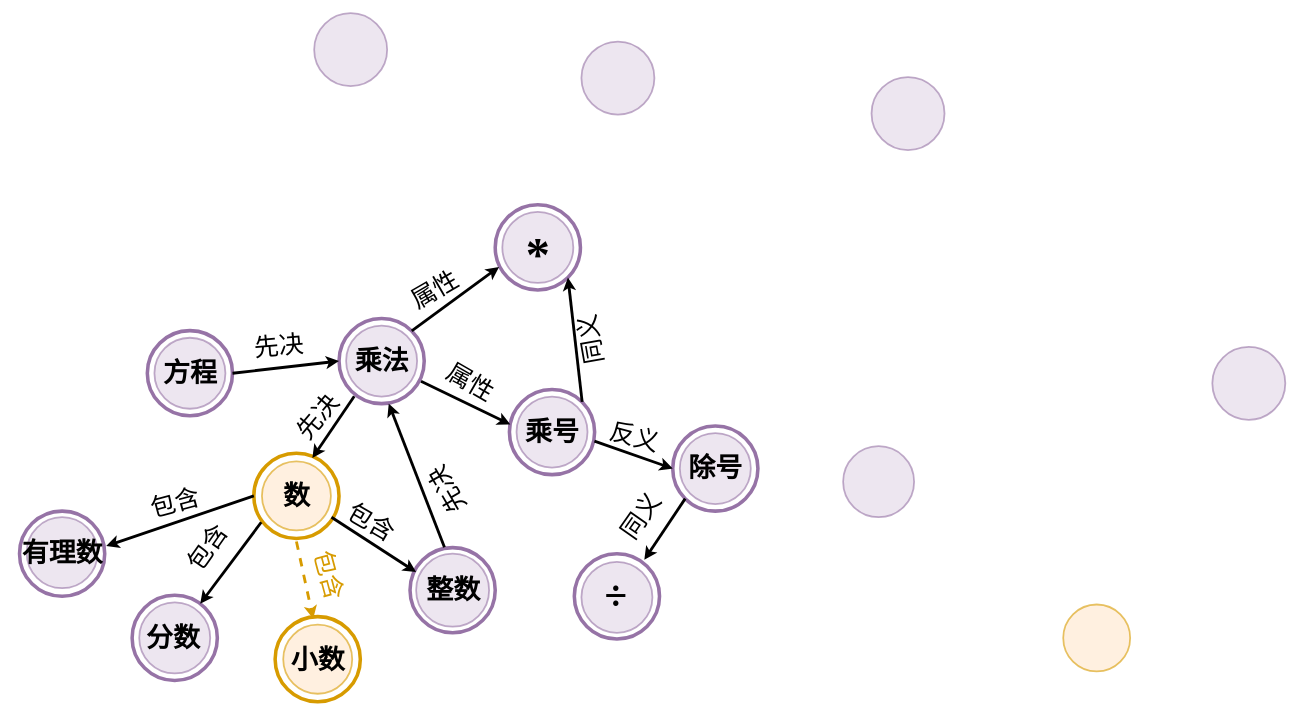
This is ckg.drawio from yjq12/DeepKE, a draw.io file, before an edit. Source tidied: cells renumbered, new cells numbered last; positions are measured from the earlier drawing's top-left corner, leaving out a move shared by most shapes. Both pictures are drawn from the tidied source at 71%, with x=0, y=0 at pixel (12, 13).
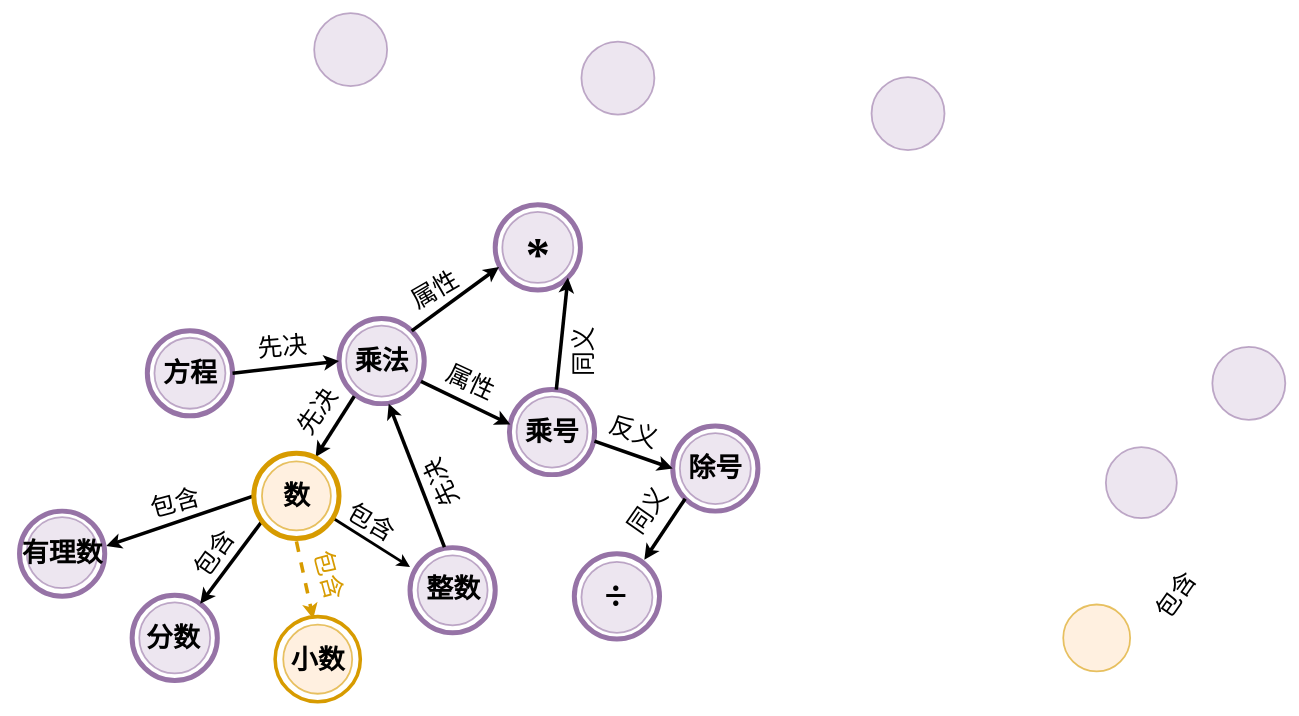
The same page after the edit.

The change refers to these unchanged cells:
```xml
<mxCell id="10" style="ellipse;whiteSpace=wrap;html=1;strokeWidth=5;fillColor=none;strokeColor=#d79b00;fontFamily=Times New Roman;fontSize=50;hachureGap=4;" parent="1" vertex="1">
  <mxGeometry x="370" y="850" width="120" height="120" as="geometry" />
</mxCell>
```

The edit, as a diff of the source:
```diff
@@
-    <mxCell id="3" style="ellipse;whiteSpace=wrap;html=1;strokeWidth=5;fillColor=none;strokeColor=#d79b00;fontFamily=Times New Roman;fontSize=50;hachureGap=4;" parent="1" vertex="1">
-      <mxGeometry x="340" y="620" width="120" height="120" as="geometry" />
-    </mxCell>
-    <mxCell id="4" style="ellipse;whiteSpace=wrap;html=1;strokeWidth=5;fillColor=none;strokeColor=#9673a6;fontFamily=Times New Roman;fontSize=50;hachureGap=4;" parent="1" vertex="1">
+    <mxCell id="4" style="ellipse;whiteSpace=wrap;html=1;strokeWidth=7;fillColor=none;strokeColor=#9673a6;fontFamily=Times New Roman;fontSize=50;hachureGap=4;" parent="1" vertex="1">
       <mxGeometry x="560" y="752.8" width="120" height="120" as="geometry" />
     </mxCell>
     <mxCell id="5" style="ellipse;whiteSpace=wrap;html=1;strokeWidth=2.5;fillColor=#e1d5e7;strokeColor=#9673a6;fontFamily=Times New Roman;fontSize=50;hachureGap=4;opacity=60;" parent="1" vertex="1">
-      <mxGeometry x="568.6" y="761.4" width="102.8" height="102.8" as="geometry" />
+      <mxGeometry x="570.7" y="763.6" width="98.6" height="98.6" as="geometry" />
     </mxCell>
-    <mxCell id="6" style="endArrow=classic;html=1;rounded=0;hachureGap=4;fontFamily=Architects Daughter;strokeWidth=4;entryX=-0.003;entryY=0.368;entryDx=0;entryDy=0;entryPerimeter=0;" parent="1" edge="1">
+    <mxCell id="6" style="endArrow=classic;html=1;rounded=0;hachureGap=4;fontFamily=Architects Daughter;strokeWidth=4;" parent="1" edge="1">
       <mxGeometry relative="1" as="geometry">
         <mxPoint x="449.4" y="710" as="sourcePoint" />
-        <mxPoint x="568.6" y="787.3" as="targetPoint" />
+        <mxPoint x="560" y="780" as="targetPoint" />
       </mxGeometry>
     </mxCell>
@@
-    <mxCell id="8" style="ellipse;whiteSpace=wrap;html=1;strokeWidth=5;fillColor=none;strokeColor=#9673a6;fontFamily=Times New Roman;fontSize=50;hachureGap=4;" parent="1" vertex="1">
+    <mxCell id="8" style="ellipse;whiteSpace=wrap;html=1;strokeWidth=7;fillColor=none;strokeColor=#9673a6;fontFamily=Times New Roman;fontSize=50;hachureGap=4;" parent="1" vertex="1">
       <mxGeometry x="168.6" y="820" width="120" height="120" as="geometry" />
     </mxCell>
-    <mxCell id="9" style="endArrow=classic;html=1;rounded=0;hachureGap=4;fontFamily=Architects Daughter;exitX=0.087;exitY=0.809;exitDx=0;exitDy=0;exitPerimeter=0;strokeWidth=4;" parent="1" edge="1" source="3" target="8">
+    <mxCell id="9" style="endArrow=classic;html=1;rounded=0;hachureGap=4;fontFamily=Architects Daughter;exitX=0.087;exitY=0.809;exitDx=0;exitDy=0;exitPerimeter=0;strokeWidth=5;" parent="1" edge="1" source="3" target="8">
       <mxGeometry relative="1" as="geometry" />
     </mxCell>
@@
-    <mxCell id="12" style="endArrow=classic;html=1;rounded=0;hachureGap=4;fontFamily=Architects Daughter;strokeWidth=4;entryX=0.447;entryY=0.025;entryDx=0;entryDy=0;entryPerimeter=0;fillColor=#ffe6cc;strokeColor=#d79b00;dashed=1;" parent="1" edge="1" target="10">
+    <mxCell id="12" style="endArrow=classic;html=1;rounded=0;hachureGap=4;fontFamily=Architects Daughter;strokeWidth=5;entryX=0.447;entryY=0.025;entryDx=0;entryDy=0;entryPerimeter=0;fillColor=#ffe6cc;strokeColor=#d79b00;dashed=1;" parent="1" edge="1" target="10">
       <mxGeometry relative="1" as="geometry">
         <mxPoint x="400" y="744.1" as="sourcePoint" />
       </mxGeometry>
     </mxCell>
-    <mxCell id="13" style="endArrow=classic;html=1;rounded=0;hachureGap=4;fontFamily=Architects Daughter;strokeWidth=4;exitX=0;exitY=0.5;exitDx=0;exitDy=0;entryX=1.017;entryY=0.41;entryDx=0;entryDy=0;entryPerimeter=0;" parent="1" edge="1" source="3" target="14">
+    <mxCell id="13" style="endArrow=classic;html=1;rounded=0;hachureGap=4;fontFamily=Architects Daughter;strokeWidth=5;exitX=0;exitY=0.5;exitDx=0;exitDy=0;entryX=1.017;entryY=0.41;entryDx=0;entryDy=0;entryPerimeter=0;" parent="1" edge="1" source="3" target="14">
       <mxGeometry relative="1" as="geometry" />
     </mxCell>
-    <mxCell id="14" style="ellipse;whiteSpace=wrap;html=1;strokeWidth=5;fillColor=none;strokeColor=#9673a6;fontFamily=Times New Roman;fontSize=50;hachureGap=4;" parent="1" vertex="1">
+    <mxCell id="14" style="ellipse;whiteSpace=wrap;html=1;strokeWidth=7;fillColor=none;strokeColor=#9673a6;fontFamily=Times New Roman;fontSize=50;hachureGap=4;" parent="1" vertex="1">
       <mxGeometry x="10" y="701.4" width="120" height="120" as="geometry" />
     </mxCell>
@@
-    <mxCell id="16" style="ellipse;whiteSpace=wrap;html=1;strokeWidth=5;fillColor=none;strokeColor=#9673a6;fontFamily=Times New Roman;fontSize=50;hachureGap=4;" parent="1" vertex="1">
+    <mxCell id="16" style="ellipse;whiteSpace=wrap;html=1;strokeWidth=7;fillColor=none;strokeColor=#9673a6;fontFamily=Times New Roman;fontSize=50;hachureGap=4;" parent="1" vertex="1">
       <mxGeometry x="460" y="430" width="120" height="120" as="geometry" />
     </mxCell>
@@
-    <mxCell id="18" style="endArrow=classic;html=1;rounded=0;hachureGap=4;fontFamily=Architects Daughter;strokeWidth=4;entryX=0.687;entryY=0.055;entryDx=0;entryDy=0;entryPerimeter=0;exitX=0.179;exitY=0.913;exitDx=0;exitDy=0;exitPerimeter=0;" parent="1" edge="1" source="16" target="3">
+    <mxCell id="18" style="endArrow=classic;html=1;rounded=0;hachureGap=4;fontFamily=Architects Daughter;strokeWidth=5;entryX=0.725;entryY=0.044;entryDx=0;entryDy=0;entryPerimeter=0;exitX=0.179;exitY=0.913;exitDx=0;exitDy=0;exitPerimeter=0;" parent="1" edge="1" source="16" target="3">
       <mxGeometry relative="1" as="geometry" />
     </mxCell>
@@
-    <mxCell id="20" style="ellipse;whiteSpace=wrap;html=1;strokeWidth=5;fillColor=none;strokeColor=#9673a6;fontFamily=Times New Roman;fontSize=50;hachureGap=4;" parent="1" vertex="1">
+    <mxCell id="20" style="ellipse;whiteSpace=wrap;html=1;strokeWidth=7;fillColor=none;strokeColor=#9673a6;fontFamily=Times New Roman;fontSize=50;hachureGap=4;" parent="1" vertex="1">
       <mxGeometry x="190" y="447.2" width="120" height="120" as="geometry" />
     </mxCell>
-    <mxCell id="21" style="endArrow=classic;html=1;rounded=0;hachureGap=4;fontFamily=Architects Daughter;strokeWidth=4;entryX=0;entryY=0.5;entryDx=0;entryDy=0;exitX=1;exitY=0.5;exitDx=0;exitDy=0;" parent="1" edge="1" source="20" target="16">
+    <mxCell id="21" style="endArrow=classic;html=1;rounded=0;hachureGap=4;fontFamily=Architects Daughter;strokeWidth=5;entryX=0;entryY=0.5;entryDx=0;entryDy=0;exitX=1;exitY=0.5;exitDx=0;exitDy=0;" parent="1" edge="1" source="20" target="16">
       <mxGeometry relative="1" as="geometry" />
     </mxCell>
@@
-    <mxCell id="23" style="ellipse;whiteSpace=wrap;html=1;strokeWidth=5;fillColor=none;strokeColor=#9673a6;fontFamily=Times New Roman;fontSize=50;hachureGap=4;" parent="1" vertex="1">
+    <mxCell id="23" style="ellipse;whiteSpace=wrap;html=1;strokeWidth=7;fillColor=none;strokeColor=#9673a6;fontFamily=Times New Roman;fontSize=50;hachureGap=4;" parent="1" vertex="1">
       <mxGeometry x="680" y="270" width="120" height="120" as="geometry" />
     </mxCell>
-    <mxCell id="24" style="ellipse;whiteSpace=wrap;html=1;strokeWidth=5;fillColor=none;strokeColor=#9673a6;fontFamily=Times New Roman;fontSize=50;hachureGap=4;" parent="1" vertex="1">
+    <mxCell id="24" style="ellipse;whiteSpace=wrap;html=1;strokeWidth=7;fillColor=none;strokeColor=#9673a6;fontFamily=Times New Roman;fontSize=50;hachureGap=4;" parent="1" vertex="1">
       <mxGeometry x="700" y="530" width="120" height="120" as="geometry" />
     </mxCell>
@@
+    <mxCell id="27" style="ellipse;whiteSpace=wrap;html=1;strokeWidth=7;fillColor=none;strokeColor=#9673a6;fontFamily=Times New Roman;fontSize=50;hachureGap=4;" parent="1" vertex="1">
+      <mxGeometry x="791.4" y="761.4" width="120" height="120" as="geometry" />
+    </mxCell>
-    <mxCell id="26" style="ellipse;whiteSpace=wrap;html=1;strokeWidth=5;fillColor=none;strokeColor=#9673a6;fontFamily=Times New Roman;fontSize=50;hachureGap=4;" parent="1" vertex="1">
+    <mxCell id="26" style="ellipse;whiteSpace=wrap;html=1;strokeWidth=7;fillColor=none;strokeColor=#9673a6;fontFamily=Times New Roman;fontSize=50;hachureGap=4;" parent="1" vertex="1">
       <mxGeometry x="930" y="581.4" width="120" height="120" as="geometry" />
     </mxCell>
-    <mxCell id="27" style="ellipse;whiteSpace=wrap;html=1;strokeWidth=5;fillColor=none;strokeColor=#9673a6;fontFamily=Times New Roman;fontSize=50;hachureGap=4;" parent="1" vertex="1">
-      <mxGeometry x="791.4" y="761.4" width="120" height="120" as="geometry" />
-    </mxCell>
@@
-    <mxCell id="29" style="endArrow=classic;html=1;rounded=0;hachureGap=4;fontFamily=Architects Daughter;strokeWidth=4;entryX=0.045;entryY=0.729;entryDx=0;entryDy=0;exitX=1;exitY=0;exitDx=0;exitDy=0;entryPerimeter=0;" parent="1" edge="1" source="16" target="23">
+    <mxCell id="29" style="endArrow=classic;html=1;rounded=0;hachureGap=4;fontFamily=Architects Daughter;strokeWidth=5;entryX=0.045;entryY=0.729;entryDx=0;entryDy=0;exitX=1;exitY=0;exitDx=0;exitDy=0;entryPerimeter=0;" parent="1" edge="1" source="16" target="23">
       <mxGeometry relative="1" as="geometry" />
     </mxCell>
-    <mxCell id="30" style="endArrow=classic;html=1;rounded=0;hachureGap=4;fontFamily=Architects Daughter;strokeWidth=4;entryX=0.011;entryY=0.412;entryDx=0;entryDy=0;exitX=0.962;exitY=0.738;exitDx=0;exitDy=0;entryPerimeter=0;exitPerimeter=0;" parent="1" edge="1" source="16" target="24">
+    <mxCell id="30" style="endArrow=classic;html=1;rounded=0;hachureGap=4;fontFamily=Architects Daughter;strokeWidth=5;entryX=0.011;entryY=0.412;entryDx=0;entryDy=0;exitX=0.962;exitY=0.738;exitDx=0;exitDy=0;entryPerimeter=0;exitPerimeter=0;" parent="1" edge="1" source="16" target="24">
       <mxGeometry relative="1" as="geometry" />
     </mxCell>
-    <mxCell id="31" style="endArrow=classic;html=1;rounded=0;hachureGap=4;fontFamily=Architects Daughter;strokeWidth=4;entryX=1;entryY=1;entryDx=0;entryDy=0;exitX=1;exitY=0;exitDx=0;exitDy=0;" parent="1" edge="1" source="24" target="23">
+    <mxCell id="31" style="endArrow=classic;html=1;rounded=0;hachureGap=4;fontFamily=Architects Daughter;strokeWidth=5;entryX=1;entryY=1;entryDx=0;entryDy=0;" parent="1" edge="1" source="24" target="23">
       <mxGeometry relative="1" as="geometry" />
     </mxCell>
-    <mxCell id="32" style="endArrow=classic;html=1;rounded=0;hachureGap=4;fontFamily=Architects Daughter;strokeWidth=4;entryX=0;entryY=0.5;entryDx=0;entryDy=0;exitX=0.998;exitY=0.607;exitDx=0;exitDy=0;exitPerimeter=0;" parent="1" edge="1" source="24" target="26">
+    <mxCell id="32" style="endArrow=classic;html=1;rounded=0;hachureGap=4;fontFamily=Architects Daughter;strokeWidth=5;entryX=0;entryY=0.5;entryDx=0;entryDy=0;exitX=0.998;exitY=0.607;exitDx=0;exitDy=0;exitPerimeter=0;" parent="1" edge="1" source="24" target="26">
       <mxGeometry relative="1" as="geometry" />
     </mxCell>
-    <mxCell id="33" style="endArrow=classic;html=1;rounded=0;hachureGap=4;fontFamily=Architects Daughter;strokeWidth=4;exitX=0;exitY=1;exitDx=0;exitDy=0;" parent="1" edge="1" source="26">
+    <mxCell id="33" style="endArrow=classic;html=1;rounded=0;hachureGap=4;fontFamily=Architects Daughter;strokeWidth=5;exitX=0;exitY=1;exitDx=0;exitDy=0;" parent="1" edge="1" source="26">
       <mxGeometry relative="1" as="geometry">
         <mxPoint x="890" y="770" as="targetPoint" />
       </mxGeometry>
     </mxCell>
     <mxCell id="34" value="&lt;font face=&quot;Times New Roman&quot;&gt;&lt;span style=&quot;font-size: 38px;&quot;&gt;&lt;b&gt;整数&lt;/b&gt;&lt;/span&gt;&lt;/font&gt;" style="text;html=1;align=center;verticalAlign=middle;strokeColor=none;fillColor=none;fontFamily=Architects Daughter;" parent="1" vertex="1">
-      <mxGeometry x="571.4" y="782.8" width="100" height="60" as="geometry" />
+      <mxGeometry x="570.7" y="781.4" width="100" height="60" as="geometry" />
     </mxCell>
-    <mxCell id="35" style="endArrow=classic;html=1;rounded=0;hachureGap=4;fontFamily=Architects Daughter;strokeWidth=4;exitX=0.404;exitY=-0.005;exitDx=0;exitDy=0;exitPerimeter=0;" parent="1" edge="1" source="4">
+    <mxCell id="35" style="endArrow=classic;html=1;rounded=0;hachureGap=4;fontFamily=Architects Daughter;strokeWidth=5;exitX=0.404;exitY=-0.005;exitDx=0;exitDy=0;exitPerimeter=0;" parent="1" edge="1" source="4">
       <mxGeometry relative="1" as="geometry">
         <mxPoint x="530" y="550" as="targetPoint" />
       </mxGeometry>
     </mxCell>
@@
-    <mxCell id="39" value="&lt;font face=&quot;Times New Roman&quot;&gt;&lt;span style=&quot;font-size: 35px;&quot;&gt;同义&lt;/span&gt;&lt;/font&gt;" style="text;html=1;align=center;verticalAlign=middle;strokeColor=none;fillColor=none;fontFamily=Architects Daughter;rotation=-100;" parent="1" vertex="1">
-      <mxGeometry x="770" y="430" width="90" height="60" as="geometry" />
+    <mxCell id="39" value="&lt;font face=&quot;Times New Roman&quot;&gt;&lt;span style=&quot;font-size: 35px;&quot;&gt;同义&lt;/span&gt;&lt;/font&gt;" style="text;html=1;align=center;verticalAlign=middle;strokeColor=none;fillColor=none;fontFamily=Architects Daughter;rotation=-90;" parent="1" vertex="1">
+      <mxGeometry x="760" y="447.2" width="90" height="60" as="geometry" />
     </mxCell>
@@
-    <mxCell id="41" value="&lt;font face=&quot;Times New Roman&quot;&gt;&lt;span style=&quot;font-size: 35px;&quot;&gt;属性&lt;/span&gt;&lt;/font&gt;" style="text;html=1;align=center;verticalAlign=middle;strokeColor=none;fillColor=none;fontFamily=Architects Daughter;rotation=30;" parent="1" vertex="1">
+    <mxCell id="41" value="&lt;font face=&quot;Times New Roman&quot;&gt;&lt;span style=&quot;font-size: 35px;&quot;&gt;属性&lt;/span&gt;&lt;/font&gt;" style="text;html=1;align=center;verticalAlign=middle;strokeColor=none;fillColor=none;fontFamily=Architects Daughter;rotation=25;" parent="1" vertex="1">
       <mxGeometry x="600" y="490" width="90" height="60" as="geometry" />
     </mxCell>
-    <mxCell id="42" value="&lt;font face=&quot;Times New Roman&quot;&gt;&lt;span style=&quot;font-size: 35px;&quot;&gt;反义&lt;/span&gt;&lt;/font&gt;" style="text;html=1;align=center;verticalAlign=middle;strokeColor=none;fillColor=none;fontFamily=Architects Daughter;rotation=15;" parent="1" vertex="1">
-      <mxGeometry x="831.4" y="567.2" width="90" height="60" as="geometry" />
+    <mxCell id="42" value="&lt;font face=&quot;Times New Roman&quot;&gt;&lt;span style=&quot;font-size: 35px;&quot;&gt;反义&lt;/span&gt;&lt;/font&gt;" style="text;html=1;align=center;verticalAlign=middle;strokeColor=none;fillColor=none;fontFamily=Architects Daughter;rotation=20;" parent="1" vertex="1">
+      <mxGeometry x="830" y="560" width="90" height="60" as="geometry" />
     </mxCell>
     <mxCell id="43" value="&lt;font face=&quot;Times New Roman&quot;&gt;&lt;span style=&quot;font-size: 35px;&quot;&gt;同义&lt;/span&gt;&lt;/font&gt;" style="text;html=1;align=center;verticalAlign=middle;strokeColor=none;fillColor=none;fontFamily=Architects Daughter;rotation=-55;" parent="1" vertex="1">
-      <mxGeometry x="840" y="678.6" width="90" height="60" as="geometry" />
+      <mxGeometry x="850" y="671.4" width="90" height="60" as="geometry" />
     </mxCell>
-    <mxCell id="44" value="&lt;font face=&quot;Times New Roman&quot;&gt;&lt;span style=&quot;font-size: 35px;&quot;&gt;先决&lt;/span&gt;&lt;/font&gt;" style="text;html=1;align=center;verticalAlign=middle;strokeColor=none;fillColor=none;fontFamily=Architects Daughter;rotation=-120;" parent="1" vertex="1">
-      <mxGeometry x="568.6" y="641.4" width="90" height="60" as="geometry" />
+    <mxCell id="44" value="&lt;font face=&quot;Times New Roman&quot;&gt;&lt;span style=&quot;font-size: 35px;&quot;&gt;先决&lt;/span&gt;&lt;/font&gt;" style="text;html=1;align=center;verticalAlign=middle;strokeColor=none;fillColor=none;fontFamily=Architects Daughter;rotation=-115;" parent="1" vertex="1">
+      <mxGeometry x="560" y="631.4" width="90" height="60" as="geometry" />
     </mxCell>
@@
     <mxCell id="46" value="&lt;font face=&quot;Times New Roman&quot;&gt;&lt;span style=&quot;font-size: 35px;&quot;&gt;先决&lt;/span&gt;&lt;/font&gt;" style="text;html=1;align=center;verticalAlign=middle;strokeColor=none;fillColor=none;fontFamily=Architects Daughter;rotation=-5;" parent="1" vertex="1">
-      <mxGeometry x="330" y="438.6" width="90" height="60" as="geometry" />
+      <mxGeometry x="335" y="440" width="90" height="60" as="geometry" />
     </mxCell>
-    <mxCell id="47" value="&lt;font face=&quot;Times New Roman&quot;&gt;&lt;span style=&quot;font-size: 35px;&quot;&gt;先决&lt;/span&gt;&lt;/font&gt;" style="text;html=1;align=center;verticalAlign=middle;strokeColor=none;fillColor=none;fontFamily=Architects Daughter;rotation=-50;" parent="1" vertex="1">
-      <mxGeometry x="385" y="538.6" width="90" height="60" as="geometry" />
+    <mxCell id="47" value="&lt;font face=&quot;Times New Roman&quot;&gt;&lt;span style=&quot;font-size: 35px;&quot;&gt;先决&lt;/span&gt;&lt;/font&gt;" style="text;html=1;align=center;verticalAlign=middle;strokeColor=none;fillColor=none;fontFamily=Architects Daughter;rotation=-55;" parent="1" vertex="1">
+      <mxGeometry x="385" y="531.4" width="90" height="60" as="geometry" />
     </mxCell>
@@
     <mxCell id="49" value="&lt;font style=&quot;font-size: 35px;&quot; face=&quot;Times New Roman&quot;&gt;包含&lt;/font&gt;" style="text;html=1;align=center;verticalAlign=middle;strokeColor=none;fillColor=none;fontFamily=Architects Daughter;rotation=-55;" parent="1" vertex="1">
-      <mxGeometry x="230" y="722.9" width="90" height="60" as="geometry" />
+      <mxGeometry x="1594" y="790" width="90" height="60" as="geometry" />
     </mxCell>
@@
     <mxCell id="54" style="ellipse;whiteSpace=wrap;html=1;strokeWidth=2.5;fillColor=#e1d5e7;strokeColor=#9673a6;fontFamily=Times New Roman;fontSize=50;hachureGap=4;opacity=60;" parent="1" vertex="1">
-      <mxGeometry x="1170" y="610" width="100" height="100" as="geometry" />
+      <mxGeometry x="1540" y="611.4" width="100" height="100" as="geometry" />
     </mxCell>
@@
+    <mxCell id="65" value="&lt;font style=&quot;font-size: 35px;&quot; face=&quot;Times New Roman&quot;&gt;包含&lt;/font&gt;" style="text;html=1;align=center;verticalAlign=middle;strokeColor=none;fillColor=none;fontFamily=Architects Daughter;rotation=-55;" parent="1" vertex="1">
+      <mxGeometry x="240" y="731.4" width="90" height="60" as="geometry" />
+    </mxCell>
+    <mxCell id="3" style="ellipse;whiteSpace=wrap;html=1;strokeWidth=7;fillColor=none;strokeColor=#d79b00;fontFamily=Times New Roman;fontSize=50;hachureGap=4;" parent="1" vertex="1">
+      <mxGeometry x="340" y="620" width="120" height="120" as="geometry" />
+    </mxCell>
```
